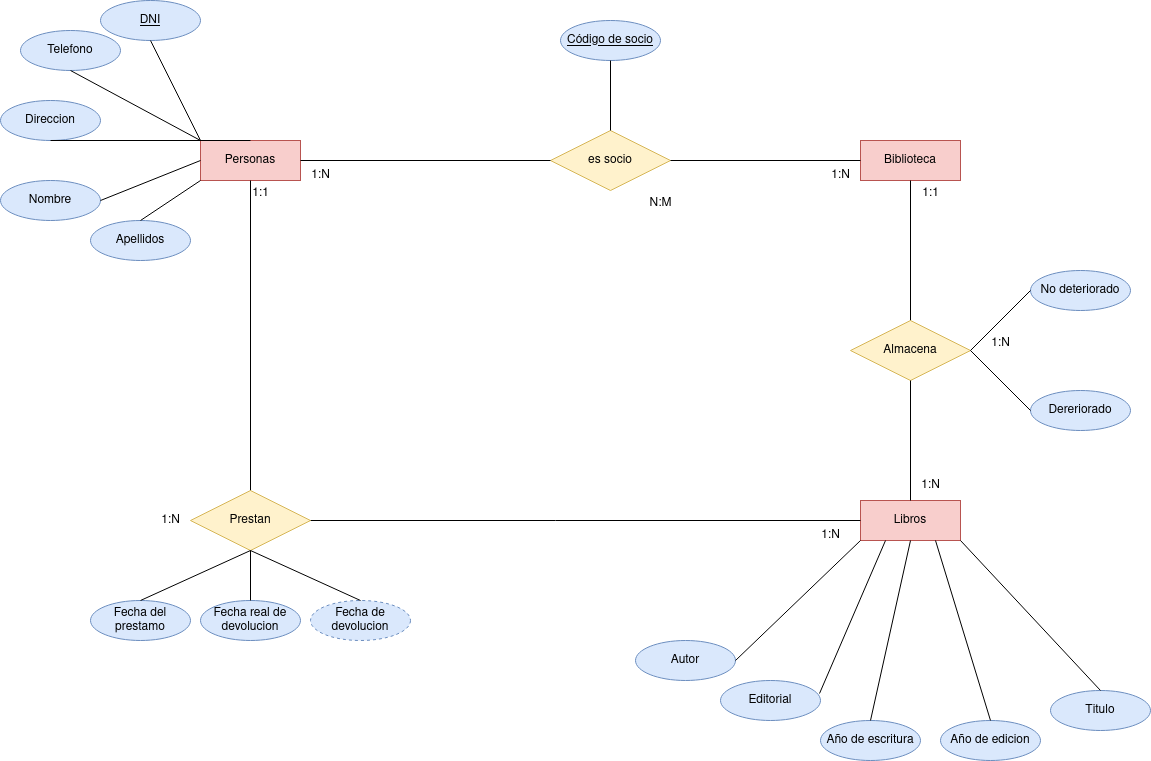
Earlier version of the draw.io export Unidad-1/Tareas/Tarea-6/Ejercicio7.drawio.png (DavidRiccio/base-datos). Source tidied: cells renumbered, new cells last; positions are measured from the earlier drawing's top-left corner, leaving out a move shared by most shapes.
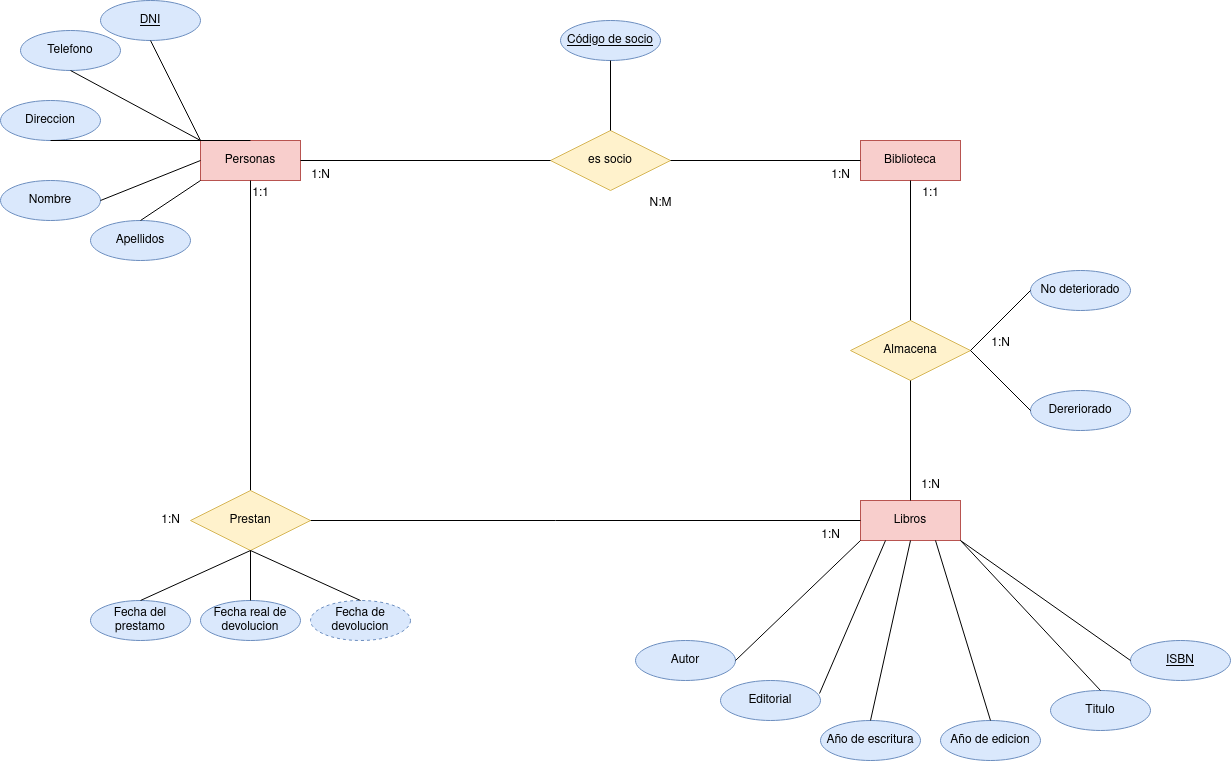
After the commit.

Change to the diagram source:
```diff
@@ -164,5 +164,11 @@
     <mxCell id="53" style="endArrow=none;html=1;rounded=0;exitX=0.5;exitY=0;exitDx=0;exitDy=0;" parent="1" edge="1" source="52" target="22">
       <mxGeometry relative="1" as="geometry" />
     </mxCell>
+    <mxCell id="54" value="ISBN" style="ellipse;whiteSpace=wrap;html=1;align=center;fontStyle=4;fillColor=#dae8fc;strokeColor=#6c8ebf;" parent="1" vertex="1">
+      <mxGeometry x="1130" y="640" width="100" height="40" as="geometry" />
+    </mxCell>
+    <mxCell id="55" style="endArrow=none;html=1;rounded=0;entryX=0;entryY=0.5;entryDx=0;entryDy=0;exitX=1;exitY=1;exitDx=0;exitDy=0;" parent="1" edge="1" source="19" target="54">
+      <mxGeometry relative="1" as="geometry" />
+    </mxCell>
   </root>
 </mxGraphModel>
```
